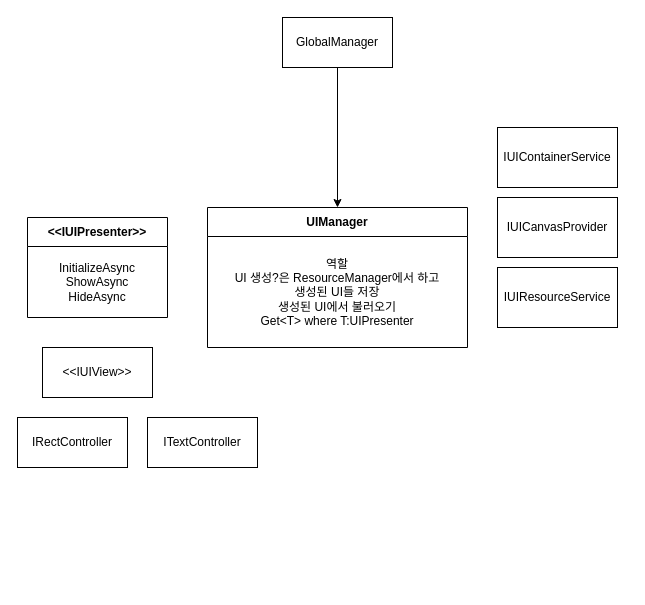
This is page "UIManager" (7 of 9) of Diagram.drawio from ClapJeong/LRGame, a draw.io file, before an edit. Source tidied: cells renumbered, new cells numbered last; positions are measured from the earlier drawing's top-left corner, leaving out a move shared by most shapes. Both pictures are drawn from the tidied source at 100%, with x=0, y=0 at pixel (17, 17).
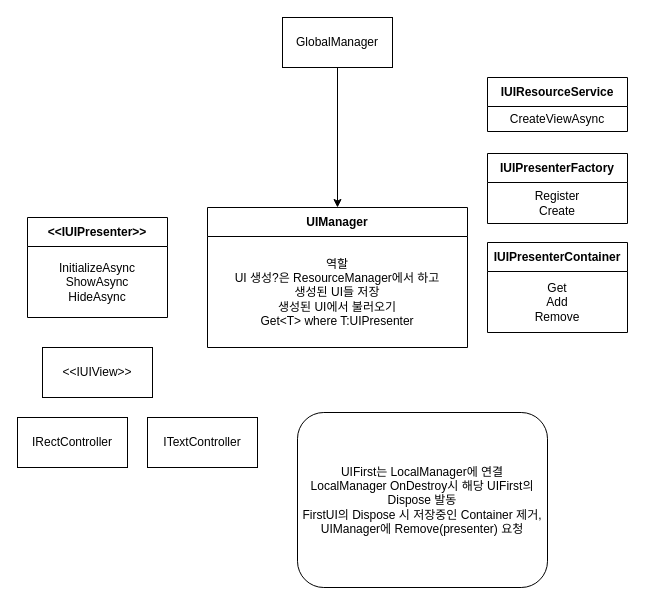
After the change.

What changed in the source:
```diff
@@
 <mxGraphModel>
   <root>
     <mxCell id="0" />
     <mxCell id="1" parent="0" />
     <mxCell id="2" value="UIManager" style="swimlane;fontStyle=1;align=center;verticalAlign=middle;horizontal=1;startSize=29;html=1;whiteSpace=wrap;" parent="1" vertex="1">
       <mxGeometry x="190" y="190" width="260" height="140" as="geometry" />
     </mxCell>
     <mxCell id="3" value="&lt;div&gt;역할&lt;/div&gt;&lt;div&gt;UI 생성?은 ResourceManager에서 하고&lt;/div&gt;&lt;div&gt;생성된 UI들 저장&lt;/div&gt;&lt;div&gt;생성된 UI에서 불러오기&lt;/div&gt;Get&amp;lt;T&amp;gt; where T:UIPresenter" style="text;html=1;strokeColor=none;fillColor=none;align=center;verticalAlign=middle;spacingLeft=4;spacingRight=4;overflow=hidden;whiteSpace=wrap;" parent="2" vertex="1">
       <mxGeometry y="29" width="260" height="111" as="geometry" />
     </mxCell>
     <mxCell id="4" style="edgeStyle=orthogonalEdgeStyle;rounded=0;jettySize=auto;html=1;exitX=0.5;exitY=1;exitDx=0;exitDy=0;entryX=0.5;entryY=0;entryDx=0;entryDy=0;" parent="1" edge="1" source="5" target="2">
       <mxGeometry relative="1" as="geometry" />
     </mxCell>
     <mxCell id="5" value="GlobalManager" style="html=1;whiteSpace=wrap;" parent="1" vertex="1">
       <mxGeometry x="265" width="110" height="50" as="geometry" />
     </mxCell>
     <mxCell id="6" value="&amp;lt;&amp;lt;IUIPresenter&amp;gt;&amp;gt;" style="swimlane;fontStyle=1;align=center;verticalAlign=middle;horizontal=1;startSize=29;html=1;whiteSpace=wrap;" parent="1" vertex="1">
       <mxGeometry x="10" y="200" width="140" height="100" as="geometry" />
     </mxCell>
     <mxCell id="7" value="InitializeAsync&lt;div&gt;ShowAsync&lt;/div&gt;&lt;div&gt;HideAsync&lt;/div&gt;" style="text;html=1;strokeColor=none;fillColor=none;align=center;verticalAlign=middle;spacingLeft=4;spacingRight=4;overflow=hidden;whiteSpace=wrap;" parent="6" vertex="1">
       <mxGeometry y="29" width="140" height="71" as="geometry" />
     </mxCell>
     <mxCell id="8" value="&amp;lt;&amp;lt;IUIView&amp;gt;&amp;gt;" style="html=1;whiteSpace=wrap;" parent="1" vertex="1">
       <mxGeometry x="25" y="330" width="110" height="50" as="geometry" />
     </mxCell>
     <mxCell id="9" value="IRectController" style="html=1;whiteSpace=wrap;" parent="1" vertex="1">
       <mxGeometry y="400" width="110" height="50" as="geometry" />
     </mxCell>
     <mxCell id="10" value="ITextController" style="html=1;whiteSpace=wrap;" parent="1" vertex="1">
       <mxGeometry x="130" y="400" width="110" height="50" as="geometry" />
     </mxCell>
-    <mxCell id="11" value="IUIContainerService" style="rounded=0;whiteSpace=wrap;html=1;" parent="1" vertex="1">
-      <mxGeometry x="480" y="110" width="120" height="60" as="geometry" />
-    </mxCell>
-    <mxCell id="12" value="IUICanvasProvider" style="rounded=0;whiteSpace=wrap;html=1;" parent="1" vertex="1">
-      <mxGeometry x="480" y="180" width="120" height="60" as="geometry" />
-    </mxCell>
-    <mxCell id="13" value="IUIResourceService" style="rounded=0;whiteSpace=wrap;html=1;" parent="1" vertex="1">
-      <mxGeometry x="480" y="250" width="120" height="60" as="geometry" />
+    <mxCell id="13" value="IUIResourceService" style="swimlane;fontStyle=1;align=center;verticalAlign=middle;horizontal=1;startSize=29;html=1;whiteSpace=wrap;" parent="1" vertex="1">
+      <mxGeometry x="470" y="60" width="140" height="54" as="geometry" />
     </mxCell>
+    <mxCell id="14" value="CreateViewAsync" style="text;html=1;strokeColor=none;fillColor=none;align=center;verticalAlign=middle;spacingLeft=4;spacingRight=4;overflow=hidden;whiteSpace=wrap;" parent="13" vertex="1">
+      <mxGeometry y="29" width="140" height="25" as="geometry" />
+    </mxCell>
+    <mxCell id="15" value="IUIPresenterFactory" style="swimlane;fontStyle=1;align=center;verticalAlign=middle;horizontal=1;startSize=29;html=1;whiteSpace=wrap;" parent="1" vertex="1">
+      <mxGeometry x="470" y="136" width="140" height="70" as="geometry" />
+    </mxCell>
+    <mxCell id="16" value="Register&lt;div&gt;Create&lt;/div&gt;" style="text;html=1;strokeColor=none;fillColor=none;align=center;verticalAlign=middle;spacingLeft=4;spacingRight=4;overflow=hidden;whiteSpace=wrap;" parent="15" vertex="1">
+      <mxGeometry y="29" width="140" height="41" as="geometry" />
+    </mxCell>
+    <mxCell id="17" value="IUIPresenterContainer" style="swimlane;fontStyle=1;align=center;verticalAlign=middle;horizontal=1;startSize=29;html=1;whiteSpace=wrap;" parent="1" vertex="1">
+      <mxGeometry x="470" y="225" width="140" height="90" as="geometry" />
+    </mxCell>
+    <mxCell id="18" value="Get&lt;div&gt;Add&lt;/div&gt;&lt;div&gt;Remove&lt;/div&gt;" style="text;html=1;strokeColor=none;fillColor=none;align=center;verticalAlign=middle;spacingLeft=4;spacingRight=4;overflow=hidden;whiteSpace=wrap;" parent="17" vertex="1">
+      <mxGeometry y="29" width="140" height="61" as="geometry" />
+    </mxCell>
+    <mxCell id="19" value="UIFirst는 LocalManager에 연결&lt;div&gt;LocalManager OnDestroy시 해당 UIFirst의 Dispose 발동&lt;/div&gt;&lt;div&gt;FirstUI의 Dispose 시 저장중인 Container 제거, UIManager에 Remove(presenter) 요청&lt;/div&gt;" style="rounded=1;whiteSpace=wrap;html=1;" parent="1" vertex="1">
+      <mxGeometry x="280" y="395" width="250" height="175" as="geometry" />
+    </mxCell>
   </root>
 </mxGraphModel>
```
